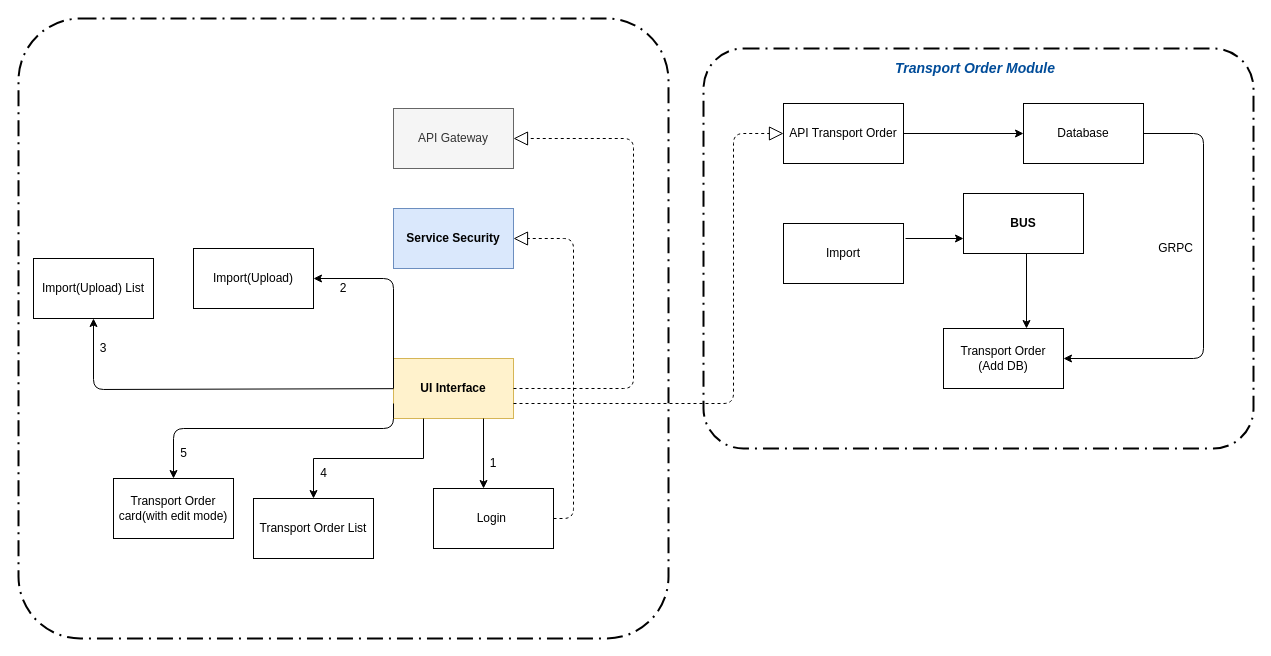
The draw.io diagram TO diagram.drawio in annastazi02/diagrams, before the edit. Source tidied: cells renumbered, new cells numbered last; positions are measured from the earlier drawing's top-left corner, leaving out a move shared by most shapes. Both pictures are drawn from the tidied source at 100%, with x=0, y=0 at pixel (18, 18).
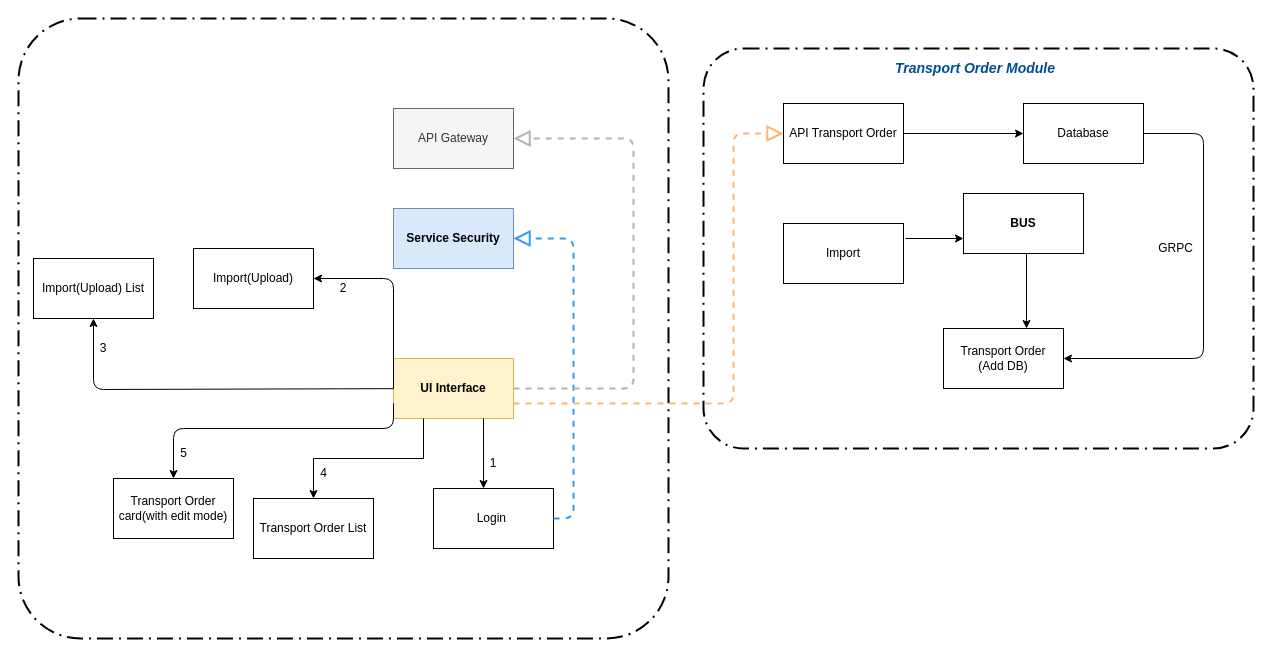
Above is the later version.

Unchanged cells that the change refers to:
```xml
<mxCell id="4" value="API Gateway" style="rounded=0;whiteSpace=wrap;html=1;fillColor=#f5f5f5;strokeColor=#666666;fontColor=#333333;" parent="1" vertex="1">
  <mxGeometry x="375" y="90" width="120" height="60" as="geometry" />
</mxCell>
<mxCell id="5" value="&lt;b&gt;Service Security&lt;/b&gt;" style="rounded=0;whiteSpace=wrap;html=1;fillColor=#dae8fc;strokeColor=#6c8ebf;" parent="1" vertex="1">
  <mxGeometry x="375" y="190" width="120" height="60" as="geometry" />
</mxCell>
<mxCell id="6" value="&lt;b&gt;UI Interface&lt;/b&gt;" style="rounded=0;whiteSpace=wrap;html=1;fillColor=#fff2cc;strokeColor=#d6b656;" parent="1" vertex="1">
  <mxGeometry x="375" y="340" width="120" height="60" as="geometry" />
</mxCell>
<mxCell id="10" value="Login&amp;nbsp;" style="rounded=0;whiteSpace=wrap;html=1;" parent="1" vertex="1">
  <mxGeometry x="415" y="470" width="120" height="60" as="geometry" />
</mxCell>
<mxCell id="24" value="API Transport Order" style="rounded=0;whiteSpace=wrap;html=1;" parent="1" vertex="1">
  <mxGeometry x="765" y="85" width="120" height="60" as="geometry" />
</mxCell>
```

The edit, as a diff of the source:
```diff
@@
-    <mxCell id="17" style="endArrow=block;dashed=1;endFill=0;endSize=12;html=1;exitX=1;exitY=0.5;exitDx=0;exitDy=0;entryX=1;entryY=0.5;entryDx=0;entryDy=0;" parent="1" edge="1" source="10" target="5">
+    <mxCell id="17" style="endArrow=block;dashed=1;endFill=0;endSize=12;html=1;exitX=1;exitY=0.5;exitDx=0;exitDy=0;entryX=1;entryY=0.5;entryDx=0;entryDy=0;strokeColor=#3399FF;strokeWidth=2;" parent="1" edge="1" source="10" target="5">
       <mxGeometry relative="1" as="geometry">
         <Array as="points">
           <mxPoint x="555" y="500" />
           <mxPoint x="555" y="220" />
         </Array>
       </mxGeometry>
     </mxCell>
-    <mxCell id="18" style="endArrow=block;dashed=1;endFill=0;endSize=12;html=1;entryX=1;entryY=0.5;entryDx=0;entryDy=0;" parent="1" edge="1" target="4">
+    <mxCell id="18" style="endArrow=block;dashed=1;endFill=0;endSize=12;html=1;entryX=1;entryY=0.5;entryDx=0;entryDy=0;strokeColor=#B3B3B3;strokeWidth=2;" parent="1" edge="1" target="4">
       <mxGeometry relative="1" as="geometry">
         <mxPoint x="495" y="370" as="sourcePoint" />
         <Array as="points">
           <mxPoint x="615" y="370" />
           <mxPoint x="615" y="120" />
         </Array>
       </mxGeometry>
     </mxCell>
@@
-    <mxCell id="28" style="endArrow=block;dashed=1;endFill=0;endSize=12;html=1;exitX=1;exitY=0.75;exitDx=0;exitDy=0;entryX=0;entryY=0.5;entryDx=0;entryDy=0;" parent="1" edge="1" source="6" target="24">
+    <mxCell id="28" style="endArrow=block;dashed=1;endFill=0;endSize=12;html=1;exitX=1;exitY=0.75;exitDx=0;exitDy=0;entryX=0;entryY=0.5;entryDx=0;entryDy=0;strokeColor=#FFB570;strokeWidth=2;" parent="1" edge="1" source="6" target="24">
       <mxGeometry relative="1" as="geometry">
         <Array as="points">
           <mxPoint x="715" y="385" />
           <mxPoint x="715" y="115" />
         </Array>
       </mxGeometry>
     </mxCell>
```
